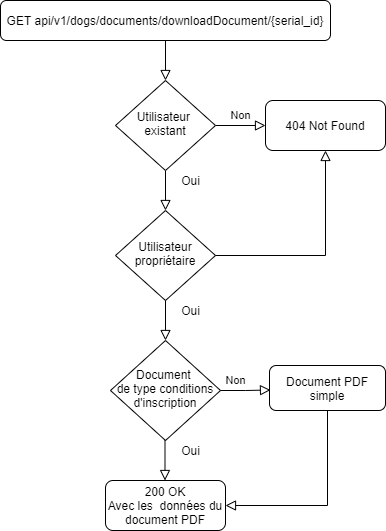
Before: documentation/diagram/drawio/flowchartDownloadDocument.png, a diagram exported from draw.io (jonathanboreljaquet/bj-travail-diplome-2021). Source tidied: cells renumbered, new cells last; positions are measured from the earlier drawing's top-left corner, leaving out a move shared by most shapes. The source it was exported from:
```xml
<mxGraphModel>
  <root>
    <mxCell id="0" />
    <mxCell id="1" parent="0" />
    <mxCell id="2" value="GET api/v1/dogs/documents/downloadDocument/{serial_id}" style="rounded=1;whiteSpace=wrap;html=1;fontSize=12;glass=0;strokeWidth=1;shadow=0;" parent="1" vertex="1">
      <mxGeometry width="330" height="40" as="geometry" />
    </mxCell>
    <mxCell id="3" style="rounded=0;html=1;jettySize=auto;orthogonalLoop=1;fontSize=11;endArrow=block;endFill=0;endSize=8;strokeWidth=1;shadow=0;labelBackgroundColor=none;edgeStyle=orthogonalEdgeStyle;" parent="1" edge="1">
      <mxGeometry relative="1" as="geometry">
        <mxPoint x="165" y="40" as="sourcePoint" />
        <mxPoint x="165" y="80" as="targetPoint" />
      </mxGeometry>
    </mxCell>
    <mxCell id="4" value="Non" style="edgeStyle=orthogonalEdgeStyle;rounded=0;html=1;jettySize=auto;fontSize=11;endArrow=block;endFill=0;endSize=8;strokeWidth=1;shadow=0;labelBackgroundColor=none;" parent="1" edge="1" target="5">
      <mxGeometry y="10" relative="1" as="geometry">
        <mxPoint x="215" y="125" as="sourcePoint" />
      </mxGeometry>
    </mxCell>
    <mxCell id="5" value="404 Not Found" style="rounded=1;whiteSpace=wrap;html=1;fontSize=12;glass=0;strokeWidth=1;shadow=0;" parent="1" vertex="1">
      <mxGeometry x="265" y="100" width="120" height="50" as="geometry" />
    </mxCell>
    <mxCell id="6" style="rounded=0;html=1;jettySize=auto;orthogonalLoop=1;fontSize=11;endArrow=block;endFill=0;endSize=8;strokeWidth=1;shadow=0;labelBackgroundColor=none;edgeStyle=orthogonalEdgeStyle;" parent="1" edge="1">
      <mxGeometry relative="1" as="geometry">
        <mxPoint x="165" y="170" as="sourcePoint" />
        <mxPoint x="165" y="210" as="targetPoint" />
      </mxGeometry>
    </mxCell>
    <mxCell id="7" value="Oui" style="text;html=1;align=center;verticalAlign=middle;strokeColor=none;" parent="1" vertex="1">
      <mxGeometry x="175" y="170" width="30" height="20" as="geometry" />
    </mxCell>
    <mxCell id="8" value="Utilisateur&amp;nbsp; existant" style="rhombus;whiteSpace=wrap;html=1;shadow=0;fontFamily=Helvetica;fontSize=12;align=center;strokeWidth=1;spacing=6;spacingTop=-4;" parent="1" vertex="1">
      <mxGeometry x="115" y="80" width="100" height="90" as="geometry" />
    </mxCell>
    <mxCell id="9" value="Document &lt;br&gt;de type conditions d'inscription" style="rhombus;whiteSpace=wrap;html=1;shadow=0;fontFamily=Helvetica;fontSize=12;align=center;strokeWidth=1;spacing=6;spacingTop=-4;" parent="1" vertex="1">
      <mxGeometry x="110" y="340" width="110" height="100" as="geometry" />
    </mxCell>
    <mxCell id="10" style="rounded=0;html=1;jettySize=auto;orthogonalLoop=1;fontSize=11;endArrow=block;endFill=0;endSize=8;strokeWidth=1;shadow=0;labelBackgroundColor=none;edgeStyle=orthogonalEdgeStyle;" parent="1" edge="1">
      <mxGeometry relative="1" as="geometry">
        <mxPoint x="164.5" y="440" as="sourcePoint" />
        <mxPoint x="164.5" y="480" as="targetPoint" />
      </mxGeometry>
    </mxCell>
    <mxCell id="11" value="Oui" style="text;html=1;align=center;verticalAlign=middle;strokeColor=none;" parent="1" vertex="1">
      <mxGeometry x="175" y="440" width="30" height="20" as="geometry" />
    </mxCell>
    <mxCell id="12" value="Non" style="edgeStyle=orthogonalEdgeStyle;rounded=0;html=1;jettySize=auto;fontSize=11;endArrow=block;endFill=0;endSize=8;strokeWidth=1;shadow=0;labelBackgroundColor=none;exitX=1;exitY=0.5;exitDx=0;exitDy=0;" parent="1" edge="1" source="9">
      <mxGeometry x="-0.41" y="10" relative="1" as="geometry">
        <mxPoint x="270" y="389.5" as="targetPoint" />
      </mxGeometry>
    </mxCell>
    <mxCell id="13" value="Document PDF simple" style="rounded=1;whiteSpace=wrap;html=1;fontSize=12;glass=0;strokeWidth=1;shadow=0;" parent="1" vertex="1">
      <mxGeometry x="269" y="365" width="116" height="45" as="geometry" />
    </mxCell>
    <mxCell id="14" style="rounded=0;html=1;jettySize=auto;fontSize=11;endArrow=block;endFill=0;endSize=8;strokeWidth=1;shadow=0;labelBackgroundColor=none;edgeStyle=orthogonalEdgeStyle;exitX=0.5;exitY=1;exitDx=0;exitDy=0;entryX=1;entryY=0.5;entryDx=0;entryDy=0;" parent="1" edge="1" source="13" target="15">
      <mxGeometry relative="1" as="geometry" />
    </mxCell>
    <mxCell id="15" value="200 OK&lt;br&gt;Avec les&amp;nbsp; données du document PDF" style="rounded=1;whiteSpace=wrap;html=1;fontSize=12;glass=0;strokeWidth=1;shadow=0;" parent="1" vertex="1">
      <mxGeometry x="105" y="480" width="120" height="50" as="geometry" />
    </mxCell>
    <mxCell id="16" value="Utilisateur propriétaire" style="rhombus;whiteSpace=wrap;html=1;shadow=0;fontFamily=Helvetica;fontSize=12;align=center;strokeWidth=1;spacing=6;spacingTop=-4;" parent="1" vertex="1">
      <mxGeometry x="115" y="210" width="100" height="90" as="geometry" />
    </mxCell>
    <mxCell id="17" style="rounded=0;html=1;jettySize=auto;orthogonalLoop=1;fontSize=11;endArrow=block;endFill=0;endSize=8;strokeWidth=1;shadow=0;labelBackgroundColor=none;edgeStyle=orthogonalEdgeStyle;" parent="1" edge="1">
      <mxGeometry relative="1" as="geometry">
        <mxPoint x="165" y="300" as="sourcePoint" />
        <mxPoint x="165" y="340" as="targetPoint" />
      </mxGeometry>
    </mxCell>
    <mxCell id="18" value="Oui" style="text;html=1;align=center;verticalAlign=middle;strokeColor=none;" parent="1" vertex="1">
      <mxGeometry x="175" y="300" width="30" height="20" as="geometry" />
    </mxCell>
    <mxCell id="19" style="rounded=0;html=1;jettySize=auto;fontSize=11;endArrow=block;endFill=0;endSize=8;strokeWidth=1;shadow=0;labelBackgroundColor=none;edgeStyle=orthogonalEdgeStyle;exitX=1;exitY=0.5;exitDx=0;exitDy=0;entryX=0.5;entryY=1;entryDx=0;entryDy=0;" parent="1" edge="1" source="16" target="5">
      <mxGeometry relative="1" as="geometry" />
    </mxCell>
  </root>
</mxGraphModel>
```
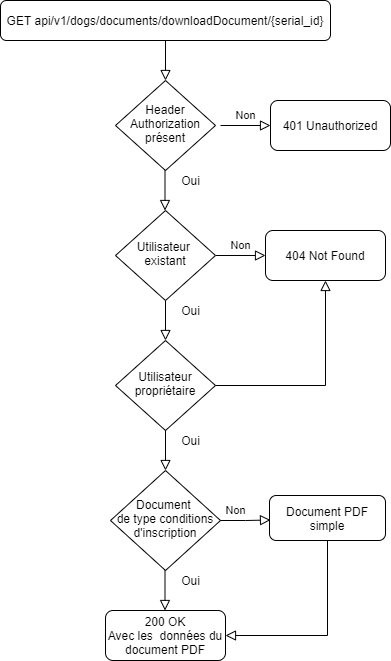
Later version of the same file.

Change to the diagram source:
```diff
@@ -3,12 +3,12 @@
     <mxCell id="0" />
     <mxCell id="1" parent="0" />
     <mxCell id="2" value="GET api/v1/dogs/documents/downloadDocument/{serial_id}" style="rounded=1;whiteSpace=wrap;html=1;fontSize=12;glass=0;strokeWidth=1;shadow=0;" parent="1" vertex="1">
-      <mxGeometry width="330" height="40" as="geometry" />
+      <mxGeometry y="-130" width="330" height="40" as="geometry" />
     </mxCell>
     <mxCell id="3" style="rounded=0;html=1;jettySize=auto;orthogonalLoop=1;fontSize=11;endArrow=block;endFill=0;endSize=8;strokeWidth=1;shadow=0;labelBackgroundColor=none;edgeStyle=orthogonalEdgeStyle;" parent="1" edge="1">
       <mxGeometry relative="1" as="geometry">
-        <mxPoint x="165" y="40" as="sourcePoint" />
-        <mxPoint x="165" y="80" as="targetPoint" />
+        <mxPoint x="165" y="-90" as="sourcePoint" />
+        <mxPoint x="165" y="-50" as="targetPoint" />
       </mxGeometry>
     </mxCell>
     <mxCell id="4" value="Non" style="edgeStyle=orthogonalEdgeStyle;rounded=0;html=1;jettySize=auto;fontSize=11;endArrow=block;endFill=0;endSize=8;strokeWidth=1;shadow=0;labelBackgroundColor=none;" parent="1" edge="1" target="5">
@@ -72,5 +72,25 @@
     <mxCell id="19" style="rounded=0;html=1;jettySize=auto;fontSize=11;endArrow=block;endFill=0;endSize=8;strokeWidth=1;shadow=0;labelBackgroundColor=none;edgeStyle=orthogonalEdgeStyle;exitX=1;exitY=0.5;exitDx=0;exitDy=0;entryX=0.5;entryY=1;entryDx=0;entryDy=0;" parent="1" edge="1" source="16" target="5">
       <mxGeometry relative="1" as="geometry" />
     </mxCell>
+    <mxCell id="20" style="rounded=0;html=1;jettySize=auto;orthogonalLoop=1;fontSize=11;endArrow=block;endFill=0;endSize=8;strokeWidth=1;shadow=0;labelBackgroundColor=none;edgeStyle=orthogonalEdgeStyle;" parent="1" edge="1">
+      <mxGeometry relative="1" as="geometry">
+        <mxPoint x="164.5" y="40" as="sourcePoint" />
+        <mxPoint x="164.5" y="80" as="targetPoint" />
+      </mxGeometry>
+    </mxCell>
+    <mxCell id="21" value="Header Authorization présent" style="rhombus;whiteSpace=wrap;html=1;shadow=0;fontFamily=Helvetica;fontSize=12;align=center;strokeWidth=1;spacing=6;spacingTop=-4;" parent="1" vertex="1">
+      <mxGeometry x="115" y="-50" width="100" height="90" as="geometry" />
+    </mxCell>
+    <mxCell id="22" value="Non" style="edgeStyle=orthogonalEdgeStyle;rounded=0;html=1;jettySize=auto;fontSize=11;endArrow=block;endFill=0;endSize=8;strokeWidth=1;shadow=0;labelBackgroundColor=none;" parent="1" edge="1" target="23">
+      <mxGeometry y="10" relative="1" as="geometry">
+        <mxPoint x="220" y="-5" as="sourcePoint" />
+      </mxGeometry>
+    </mxCell>
+    <mxCell id="23" value="401 Unauthorized" style="rounded=1;whiteSpace=wrap;html=1;fontSize=12;glass=0;strokeWidth=1;shadow=0;" parent="1" vertex="1">
+      <mxGeometry x="270" y="-30" width="120" height="50" as="geometry" />
+    </mxCell>
+    <mxCell id="24" value="Oui" style="text;html=1;align=center;verticalAlign=middle;strokeColor=none;" parent="1" vertex="1">
+      <mxGeometry x="175" y="40" width="30" height="20" as="geometry" />
+    </mxCell>
   </root>
 </mxGraphModel>
```
